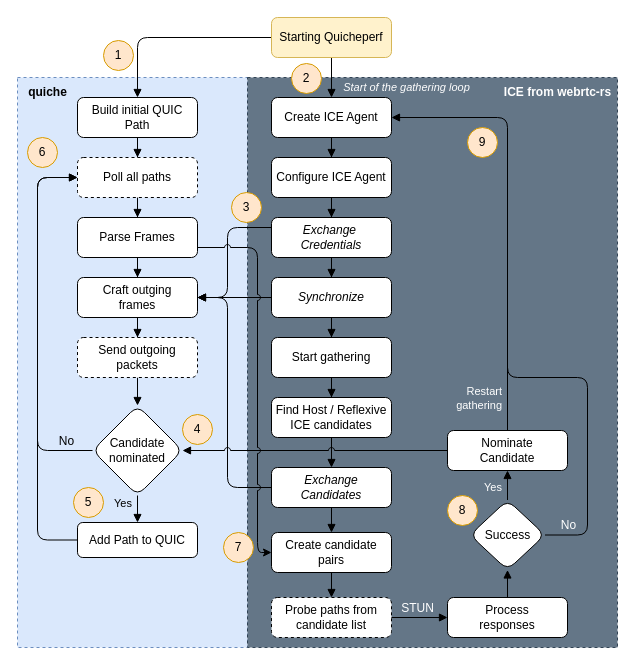
Before: resources/ICEAgentFlow.drawio in JustusvonderBeek/master-thesis-scripts-and-measures, a draw.io diagram. Source tidied: cells renumbered, new cells numbered last; positions are measured from the earlier drawing's top-left corner, leaving out a move shared by most shapes. Both pictures are drawn from the tidied source at 100%, with x=0, y=0 at pixel (17, 17).
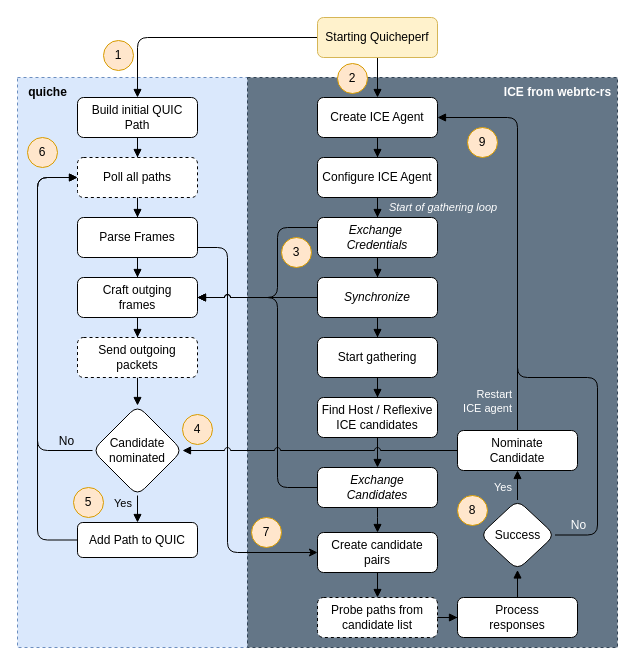
The same page after the edit.

Commit message:
moved right less complex

Unchanged cells that the change refers to:
```xml
<mxCell id="41" value="Craft outging&lt;div&gt;frames&lt;/div&gt;" style="rounded=1;whiteSpace=wrap;html=1;fontSize=12;glass=0;strokeWidth=1;shadow=0;" parent="1" vertex="1">
  <mxGeometry x="60" y="260" width="120" height="40" as="geometry" />
</mxCell>
<mxCell id="46" value="Parse Frames" style="rounded=1;whiteSpace=wrap;html=1;fontSize=12;glass=0;strokeWidth=1;shadow=0;" parent="1" vertex="1">
  <mxGeometry x="60" y="200" width="120" height="40" as="geometry" />
</mxCell>
```

What changed in the source:
```diff
@@
-    <mxCell id="5" style="rounded=0;html=1;jettySize=auto;fontSize=11;endArrow=block;endFill=1;endSize=6;strokeWidth=1;shadow=0;labelBackgroundColor=none;edgeStyle=orthogonalEdgeStyle;entryX=0.5;entryY=0;entryDx=0;entryDy=0;" parent="1" edge="1" source="7" target="8">
-      <mxGeometry relative="1" as="geometry" />
+    <mxCell id="5" style="rounded=1;html=1;jettySize=auto;fontSize=11;endArrow=block;endFill=1;endSize=6;strokeWidth=1;shadow=0;labelBackgroundColor=none;edgeStyle=orthogonalEdgeStyle;entryX=0.5;entryY=0;entryDx=0;entryDy=0;curved=0;" parent="1" edge="1" source="7" target="8">
+      <mxGeometry relative="1" as="geometry">
+        <Array as="points">
+          <mxPoint x="360" y="40" />
+          <mxPoint x="360" y="40" />
+        </Array>
+      </mxGeometry>
     </mxCell>
@@
     <mxCell id="7" value="Starting Quicheperf" style="rounded=1;whiteSpace=wrap;html=1;fontSize=12;glass=0;strokeWidth=1;shadow=0;fillColor=#fff2cc;strokeColor=#d6b656;" parent="1" vertex="1">
-      <mxGeometry x="254" width="120" height="40" as="geometry" />
+      <mxGeometry x="300" width="120" height="40" as="geometry" />
     </mxCell>
     <mxCell id="8" value="Create ICE Agent" style="rounded=1;whiteSpace=wrap;html=1;fontSize=12;glass=0;strokeWidth=1;shadow=0;" parent="1" vertex="1">
-      <mxGeometry x="254" y="80" width="120" height="40" as="geometry" />
+      <mxGeometry x="300" y="80" width="120" height="40" as="geometry" />
     </mxCell>
@@
     <mxCell id="10" value="Start gathering" style="rounded=1;whiteSpace=wrap;html=1;fontSize=12;glass=0;strokeWidth=1;shadow=0;" parent="1" vertex="1">
-      <mxGeometry x="254" y="320" width="120" height="40" as="geometry" />
+      <mxGeometry x="300" y="320" width="120" height="40" as="geometry" />
     </mxCell>
@@
     <mxCell id="12" value="Configure ICE Agent" style="whiteSpace=wrap;html=1;rounded=1;glass=0;strokeWidth=1;shadow=0;" parent="1" vertex="1">
-      <mxGeometry x="254" y="140" width="120" height="40" as="geometry" />
+      <mxGeometry x="300" y="140" width="120" height="40" as="geometry" />
     </mxCell>
@@
     <mxCell id="16" value="Find Host / Reflexive&lt;div&gt;ICE candidates&lt;/div&gt;" style="rounded=1;whiteSpace=wrap;html=1;fontSize=12;glass=0;strokeWidth=1;shadow=0;" parent="1" vertex="1">
-      <mxGeometry x="254" y="380" width="120" height="40" as="geometry" />
+      <mxGeometry x="300" y="380" width="120" height="40" as="geometry" />
     </mxCell>
+    <mxCell id="62" style="edgeStyle=orthogonalEdgeStyle;rounded=1;jettySize=auto;html=1;curved=0;jumpStyle=none;" parent="1" edge="1" source="46" target="21">
+      <mxGeometry relative="1" as="geometry">
+        <Array as="points">
+          <mxPoint x="210" y="230" />
+          <mxPoint x="210" y="535" />
+        </Array>
+      </mxGeometry>
+    </mxCell>
     <mxCell id="17" style="edgeStyle=orthogonalEdgeStyle;rounded=0;jettySize=auto;html=1;endArrow=block;endFill=1;labelBackgroundColor=default;strokeColor=default;align=center;verticalAlign=middle;fontFamily=Helvetica;fontSize=11;fontColor=default;" parent="1" edge="1" source="19" target="21">
       <mxGeometry relative="1" as="geometry">
         <Array as="points">
-          <mxPoint x="314" y="510" />
-          <mxPoint x="314" y="510" />
+          <mxPoint x="360" y="500" />
+          <mxPoint x="360" y="500" />
         </Array>
       </mxGeometry>
     </mxCell>
     <mxCell id="18" style="edgeStyle=orthogonalEdgeStyle;rounded=1;jettySize=auto;html=1;jumpStyle=arc;curved=0;" parent="1" edge="1" source="19" target="41">
       <mxGeometry relative="1" as="geometry">
         <Array as="points">
-          <mxPoint x="210" y="470" />
-          <mxPoint x="210" y="280" />
+          <mxPoint x="260" y="470" />
+          <mxPoint x="260" y="280" />
         </Array>
       </mxGeometry>
     </mxCell>
     <mxCell id="19" value="Exchange&lt;div&gt;Candidates&lt;/div&gt;" style="rounded=1;whiteSpace=wrap;html=1;fontSize=12;glass=0;strokeWidth=1;shadow=0;fontStyle=2;" parent="1" vertex="1">
-      <mxGeometry x="254" y="450" width="120" height="40" as="geometry" />
+      <mxGeometry x="300" y="450" width="120" height="40" as="geometry" />
     </mxCell>
@@
     <mxCell id="21" value="Create candidate pairs" style="rounded=1;whiteSpace=wrap;html=1;fontSize=12;glass=0;strokeWidth=1;shadow=0;" parent="1" vertex="1">
-      <mxGeometry x="254" y="515" width="120" height="40" as="geometry" />
+      <mxGeometry x="300" y="515" width="120" height="40" as="geometry" />
     </mxCell>
@@
     <mxCell id="23" value="Probe paths from candidate list" style="rounded=1;whiteSpace=wrap;html=1;fontSize=12;glass=0;strokeWidth=1;shadow=0;dashed=1;" parent="1" vertex="1">
-      <mxGeometry x="254" y="580" width="120" height="40" as="geometry" />
+      <mxGeometry x="300" y="580" width="120" height="40" as="geometry" />
     </mxCell>
-    <mxCell id="24" value="Start of the gathering loop" style="text;html=1;align=center;verticalAlign=middle;strokeColor=none;fillColor=none;fontSize=11;fontStyle=2;fontColor=#FFFFFF;spacing=0;" parent="1" vertex="1">
-      <mxGeometry x="314" y="60" width="150" height="20" as="geometry" />
-    </mxCell>
-    <mxCell id="25" value="&lt;div&gt;Restart&lt;/div&gt;&lt;div&gt;gathering&lt;br&gt;&lt;/div&gt;" style="edgeStyle=orthogonalEdgeStyle;rounded=1;jettySize=auto;html=1;endArrow=block;endFill=1;jumpStyle=arc;labelPosition=left;verticalLabelPosition=middle;align=right;verticalAlign=middle;spacingRight=4;labelBackgroundColor=none;fontColor=#FFFFFF;curved=0;" parent="1" edge="1" source="51" target="8">
+    <mxCell id="25" value="&lt;div&gt;Restart&lt;/div&gt;&lt;div&gt;ICE agent&lt;/div&gt;" style="edgeStyle=orthogonalEdgeStyle;rounded=1;jettySize=auto;html=1;endArrow=block;endFill=1;jumpStyle=arc;labelPosition=left;verticalLabelPosition=middle;align=right;verticalAlign=middle;spacingRight=4;labelBackgroundColor=none;fontColor=#FFFFFF;curved=0;" parent="1" edge="1" source="51" target="8">
       <mxGeometry x="-0.85" relative="1" as="geometry">
         <Array as="points">
-          <mxPoint x="490" y="100" />
+          <mxPoint x="500" y="100" />
         </Array>
       </mxGeometry>
     </mxCell>
@@
     <mxCell id="32" style="rounded=1;jettySize=auto;html=1;startArrow=none;startFill=0;edgeStyle=orthogonalEdgeStyle;curved=0;strokeColor=default;align=center;verticalAlign=middle;fontFamily=Helvetica;fontSize=11;fontColor=default;labelBackgroundColor=default;endArrow=block;endFill=1;jumpStyle=arc;" parent="1" edge="1" source="33" target="41">
       <mxGeometry relative="1" as="geometry">
         <Array as="points">
-          <mxPoint x="210" y="210" />
-          <mxPoint x="210" y="280" />
+          <mxPoint x="260" y="210" />
+          <mxPoint x="260" y="280" />
         </Array>
       </mxGeometry>
     </mxCell>
     <mxCell id="33" value="Exchange&amp;nbsp;&lt;div&gt;Credentials&lt;/div&gt;" style="whiteSpace=wrap;html=1;rounded=1;glass=0;strokeWidth=1;shadow=0;fontStyle=2;" parent="1" vertex="1">
-      <mxGeometry x="254" y="200" width="120" height="40" as="geometry" />
+      <mxGeometry x="300" y="200" width="120" height="40" as="geometry" />
     </mxCell>
@@
     <mxCell id="36" value="Synchronize" style="whiteSpace=wrap;html=1;rounded=1;glass=0;strokeWidth=1;shadow=0;fontStyle=2;" parent="1" vertex="1">
-      <mxGeometry x="254" y="260" width="120" height="40" as="geometry" />
+      <mxGeometry x="300" y="260" width="120" height="40" as="geometry" />
     </mxCell>
-    <mxCell id="37" value="STUN" style="edgeStyle=orthogonalEdgeStyle;rounded=0;jettySize=auto;html=1;endArrow=block;endFill=1;verticalAlign=bottom;labelBackgroundColor=none;fontColor=#FFFFFF;fontSize=12;" parent="1" edge="1" source="23" target="38">
+    <mxCell id="37" style="edgeStyle=orthogonalEdgeStyle;rounded=0;jettySize=auto;html=1;endArrow=block;endFill=1;verticalAlign=bottom;labelBackgroundColor=none;fontColor=#FFFFFF;fontSize=12;" parent="1" edge="1" source="23" target="38">
       <mxGeometry x="-0.07" relative="1" as="geometry" />
     </mxCell>
     <mxCell id="38" value="Process&lt;div&gt;responses&lt;/div&gt;" style="rounded=1;whiteSpace=wrap;html=1;fontSize=12;glass=0;strokeWidth=1;shadow=0;" parent="1" vertex="1">
-      <mxGeometry x="430" y="580" width="120" height="40" as="geometry" />
+      <mxGeometry x="440" y="580" width="120" height="40" as="geometry" />
     </mxCell>
@@
     <mxCell id="49" value="No" style="edgeStyle=orthogonalEdgeStyle;rounded=1;jettySize=auto;html=1;endArrow=none;endFill=0;verticalAlign=bottom;fontSize=12;labelBackgroundColor=none;fontColor=#FFFFFF;curved=0;" parent="1" edge="1" source="50">
       <mxGeometry x="-0.85" y="1" relative="1" as="geometry">
-        <mxPoint x="490" y="340" as="targetPoint" />
+        <mxPoint x="500" y="335" as="targetPoint" />
         <Array as="points">
-          <mxPoint x="570" y="518" />
-          <mxPoint x="570" y="360" />
-          <mxPoint x="490" y="360" />
+          <mxPoint x="580" y="518" />
+          <mxPoint x="580" y="360" />
+          <mxPoint x="500" y="360" />
+          <mxPoint x="500" y="340" />
         </Array>
       </mxGeometry>
     </mxCell>
     <mxCell id="50" value="Success" style="rhombus;whiteSpace=wrap;html=1;rounded=1;glass=0;strokeWidth=1;shadow=0;" parent="1" vertex="1">
-      <mxGeometry x="452.5" y="482.5" width="75" height="70" as="geometry" />
+      <mxGeometry x="462.5" y="482.5" width="75" height="70" as="geometry" />
     </mxCell>
     <mxCell id="51" value="Nominate&lt;div&gt;Candidate&lt;/div&gt;" style="rounded=1;whiteSpace=wrap;html=1;fontSize=12;glass=0;strokeWidth=1;shadow=0;fontStyle=0;" parent="1" vertex="1">
-      <mxGeometry x="430" y="413" width="120" height="40" as="geometry" />
+      <mxGeometry x="440" y="413" width="120" height="40" as="geometry" />
     </mxCell>
@@
     <mxCell id="57" value="2" style="ellipse;whiteSpace=wrap;html=1;fillColor=#ffe6cc;strokeColor=#d79b00;" parent="1" vertex="1">
-      <mxGeometry x="274" y="46" width="30" height="30" as="geometry" />
+      <mxGeometry x="320" y="46" width="30" height="30" as="geometry" />
     </mxCell>
@@
     <mxCell id="60" value="8" style="ellipse;whiteSpace=wrap;html=1;fillColor=#ffe6cc;strokeColor=#d79b00;" parent="1" vertex="1">
-      <mxGeometry x="430" y="478" width="30" height="30" as="geometry" />
+      <mxGeometry x="440" y="478" width="30" height="30" as="geometry" />
     </mxCell>
     <mxCell id="61" value="3" style="ellipse;whiteSpace=wrap;html=1;fillColor=#ffe6cc;strokeColor=#d79b00;" parent="1" vertex="1">
-      <mxGeometry x="214" y="175" width="30" height="30" as="geometry" />
+      <mxGeometry x="264" y="220" width="30" height="30" as="geometry" />
     </mxCell>
-    <mxCell id="62" style="edgeStyle=orthogonalEdgeStyle;rounded=1;jettySize=auto;html=1;curved=0;jumpStyle=arc;" parent="1" edge="1" source="46" target="21">
-      <mxGeometry relative="1" as="geometry">
-        <Array as="points">
-          <mxPoint x="240" y="230" />
-          <mxPoint x="240" y="535" />
-        </Array>
-      </mxGeometry>
-    </mxCell>
     <mxCell id="63" value="7" style="ellipse;whiteSpace=wrap;html=1;fillColor=#ffe6cc;strokeColor=#d79b00;" parent="1" vertex="1">
-      <mxGeometry x="206" y="515" width="30" height="30" as="geometry" />
+      <mxGeometry x="234" y="500" width="30" height="30" as="geometry" />
     </mxCell>
+    <mxCell id="64" value="Start of gathering loop" style="text;html=1;align=center;verticalAlign=middle;whiteSpace=wrap;rounded=0;fontSize=11;fontColor=#FFFFFF;fontStyle=2;" parent="1" vertex="1">
+      <mxGeometry x="363" y="175" width="126" height="30" as="geometry" />
+    </mxCell>
```
